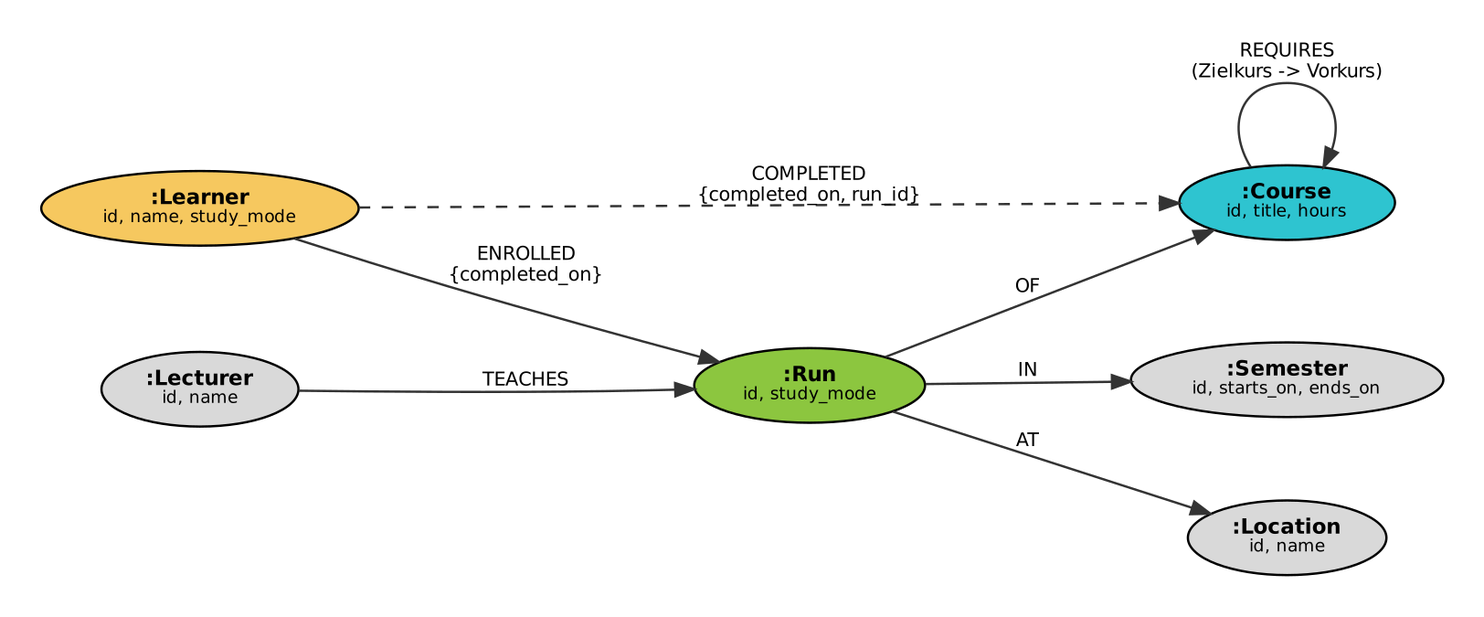
ibidreli/ddi_mcs keeps this Graphviz diagram as le3-nosql/model/graph.png. Above is the earlier version. Its source is kept beside it as le3-nosql/model/graph.dot. The source it was exported from:
```dot
digraph graph_model {
  graph [rankdir=LR, pad=0.3, nodesep=0.6, ranksep=1.3, bgcolor="white"];
  node  [shape=ellipse, style=filled, fontname="Helvetica", fontsize=11, penwidth=1.2];
  edge  [fontname="Helvetica", fontsize=10, penwidth=1.2, color="#333333"];

  learner  [label=<<B>:Learner</B><BR/><FONT POINT-SIZE="9">id, name, study_mode</FONT>>, fillcolor="#f6c85f"];
  run      [label=<<B>:Run</B><BR/><FONT POINT-SIZE="9">id, study_mode</FONT>>, fillcolor="#8cc63f"];
  course   [label=<<B>:Course</B><BR/><FONT POINT-SIZE="9">id, title, hours</FONT>>, fillcolor="#2ec4d0"];
  semester [label=<<B>:Semester</B><BR/><FONT POINT-SIZE="9">id, starts_on, ends_on</FONT>>, fillcolor="#d9d9d9"];
  location [label=<<B>:Location</B><BR/><FONT POINT-SIZE="9">id, name</FONT>>, fillcolor="#d9d9d9"];
  lecturer [label=<<B>:Lecturer</B><BR/><FONT POINT-SIZE="9">id, name</FONT>>, fillcolor="#d9d9d9"];

  learner -> run      [label="ENROLLED\n{completed_on}"];
  learner -> course   [label="COMPLETED\n{completed_on, run_id}", style=dashed];
  run -> course       [label="OF"];
  run -> semester     [label="IN"];
  run -> location     [label="AT"];
  lecturer -> run     [label="TEACHES"];
  course -> course    [label="REQUIRES\n(Zielkurs -> Vorkurs)"];

  {rank=same; learner; lecturer;}
  {rank=same; course; semester; location;}
}
```
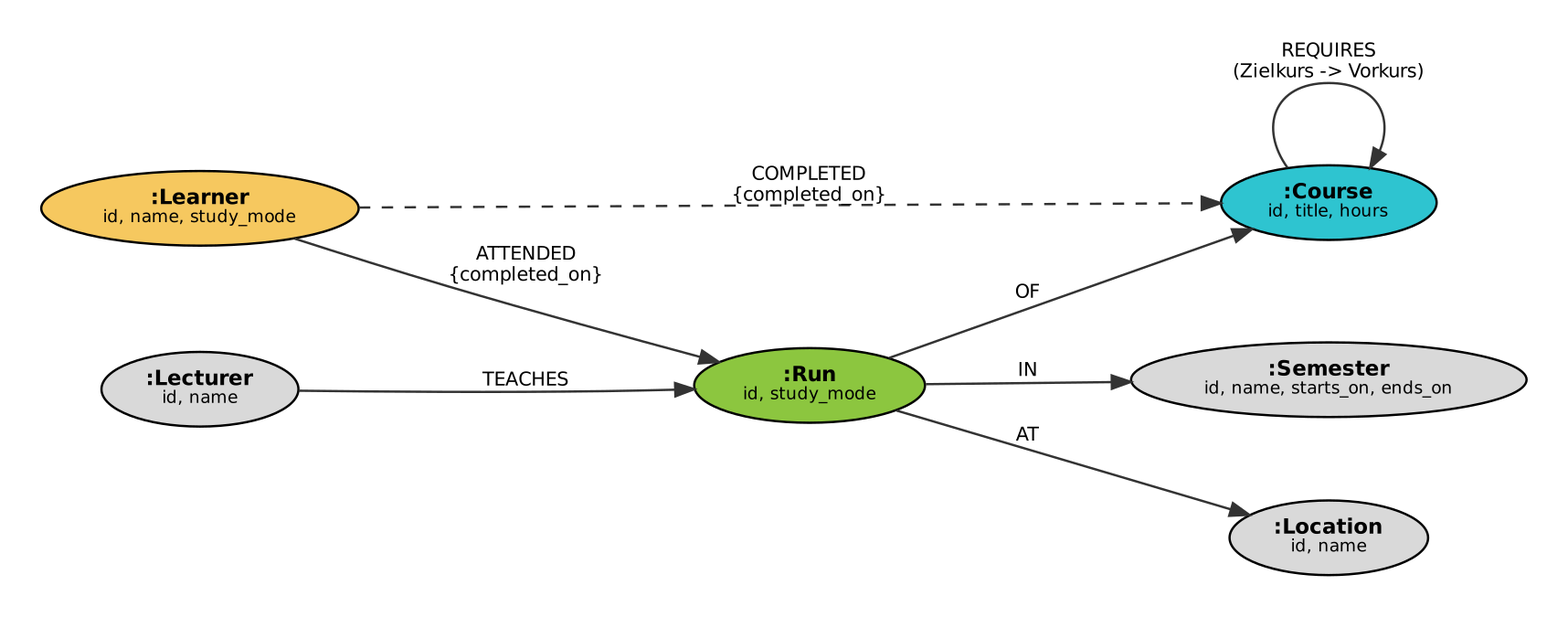
The same file after the commit.

What changed in the source:
```diff
@@ -6,12 +6,12 @@
   learner  [label=<<B>:Learner</B><BR/><FONT POINT-SIZE="9">id, name, study_mode</FONT>>, fillcolor="#f6c85f"];
   run      [label=<<B>:Run</B><BR/><FONT POINT-SIZE="9">id, study_mode</FONT>>, fillcolor="#8cc63f"];
   course   [label=<<B>:Course</B><BR/><FONT POINT-SIZE="9">id, title, hours</FONT>>, fillcolor="#2ec4d0"];
-  semester [label=<<B>:Semester</B><BR/><FONT POINT-SIZE="9">id, starts_on, ends_on</FONT>>, fillcolor="#d9d9d9"];
+  semester [label=<<B>:Semester</B><BR/><FONT POINT-SIZE="9">id, name, starts_on, ends_on</FONT>>, fillcolor="#d9d9d9"];
   location [label=<<B>:Location</B><BR/><FONT POINT-SIZE="9">id, name</FONT>>, fillcolor="#d9d9d9"];
   lecturer [label=<<B>:Lecturer</B><BR/><FONT POINT-SIZE="9">id, name</FONT>>, fillcolor="#d9d9d9"];
 
-  learner -> run      [label="ENROLLED\n{completed_on}"];
-  learner -> course   [label="COMPLETED\n{completed_on, run_id}", style=dashed];
+  learner -> run      [label="ATTENDED\n{completed_on}"];
+  learner -> course   [label="COMPLETED\n{completed_on}", style=dashed];
   run -> course       [label="OF"];
   run -> semester     [label="IN"];
   run -> location     [label="AT"];
```
